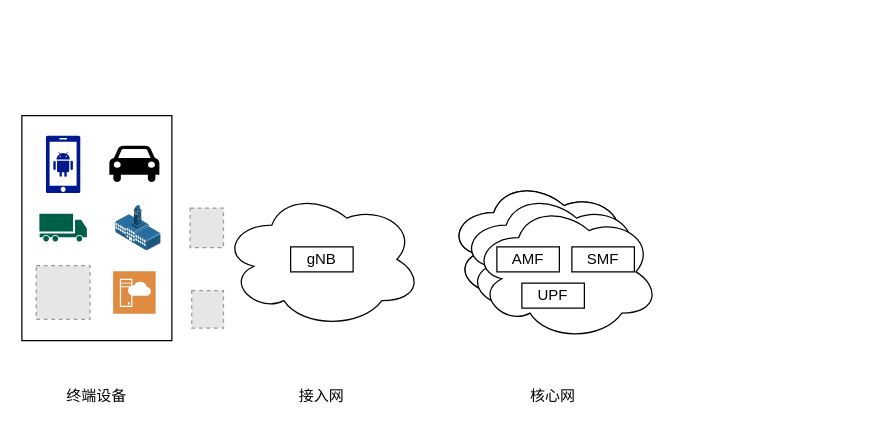
This is doc/研究思路.drawio from zjr162/drawio-desktop, a draw.io file, before an edit. Source tidied: cells renumbered, new cells numbered last; positions are measured from the earlier drawing's top-left corner, leaving out a move shared by most shapes. Both pictures are drawn from the tidied source at 125%, with x=0, y=0 at pixel (21, 115). Pictures stored in the file or linked from it are replaced by grey dashed boxes.
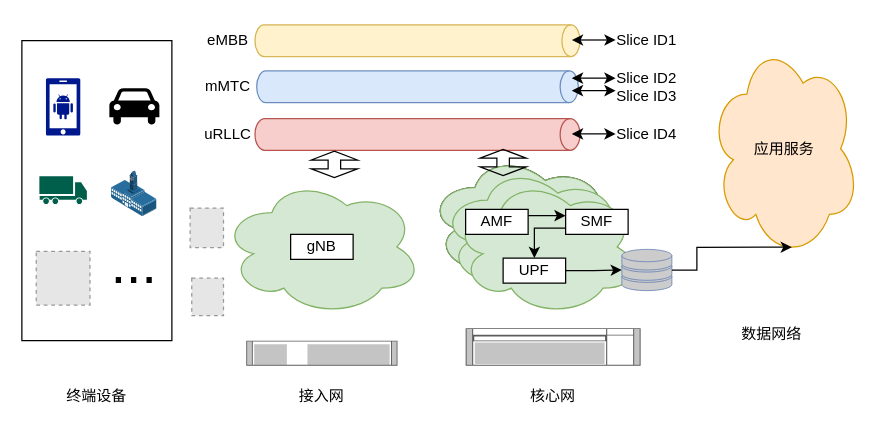
After the change.

Diff of the diagram source:
```diff
@@
     <mxCell id="4" style="fillColor=#E6E6E6;strokeColor=#999999;dashed=1;verticalLabelPosition=bottom;verticalAlign=top;" parent="1" vertex="1">
-      <mxGeometry x="135.9" y="140" width="25.4" height="30" as="geometry" />
+      <mxGeometry x="135.9" y="130" width="25.4" height="30" as="geometry" />
     </mxCell>
@@
-    <mxCell id="7" style="group;" parent="1" vertex="1">
-      <mxGeometry x="160" y="60" width="160" height="110" as="geometry" />
+    <mxCell id="7" style="group;fillColor=none;" parent="1" vertex="1">
+      <mxGeometry x="160" y="50" width="160" height="110" as="geometry" />
     </mxCell>
-    <mxCell id="8" style="ellipse;shape=cloud;whiteSpace=wrap;html=1;" parent="7" vertex="1">
+    <mxCell id="8" style="ellipse;shape=cloud;whiteSpace=wrap;html=1;fillColor=#d5e8d4;strokeColor=#82b366;" parent="7" vertex="1">
       <mxGeometry width="160" height="110" as="geometry" />
     </mxCell>
@@
-    <mxCell id="10" style="group;" parent="1" vertex="1">
-      <mxGeometry x="340" y="50" width="170" height="130" as="geometry" />
-    </mxCell>
+    <mxCell id="27" style="shape=mxgraph.rack.ibm.ibm_1500-2200va_ups;html=1;labelPosition=right;align=left;spacingLeft=15;dashed=0;shadow=0;fillColor=#ffffff;" parent="1" vertex="1">
+      <mxGeometry x="179.5" y="180" width="121" height="20" as="geometry" />
+    </mxCell>
+    <mxCell id="28" style="shape=mxgraph.rack.ibm.ibm_ups5000_hv;html=1;labelPosition=right;align=left;spacingLeft=15;dashed=0;shadow=0;fillColor=#ffffff;" parent="1" vertex="1">
+      <mxGeometry x="355" y="170" width="140" height="30" as="geometry" />
+    </mxCell>
-    <mxCell id="11" style="group;" parent="10" vertex="1">
-      <mxGeometry width="170" height="130" as="geometry" />
+    <mxCell id="11" style="group;" parent="1" vertex="1">
+      <mxGeometry x="325" y="30" width="170" height="130" as="geometry" />
     </mxCell>
-    <mxCell id="12" style="ellipse;shape=cloud;whiteSpace=wrap;html=1;" parent="10" vertex="1">
-      <mxGeometry width="150" height="110" as="geometry" />
+    <mxCell id="12" style="ellipse;shape=cloud;whiteSpace=wrap;html=1;" parent="1" vertex="1">
+      <mxGeometry x="325" y="30" width="150" height="110" as="geometry" />
     </mxCell>
-    <mxCell id="13" style="ellipse;shape=cloud;whiteSpace=wrap;html=1;" parent="10" vertex="1">
-      <mxGeometry width="150" height="110" as="geometry" />
+    <mxCell id="13" style="ellipse;shape=cloud;whiteSpace=wrap;html=1;fillColor=#d5e8d4;strokeColor=#82b366;" parent="1" vertex="1">
+      <mxGeometry x="325" y="30" width="150" height="110" as="geometry" />
     </mxCell>
-    <mxCell id="14" style="ellipse;shape=cloud;whiteSpace=wrap;html=1;" parent="10" vertex="1">
-      <mxGeometry x="10" y="10" width="150" height="110" as="geometry" />
+    <mxCell id="14" style="ellipse;shape=cloud;whiteSpace=wrap;html=1;fillColor=#d5e8d4;strokeColor=#82b366;" parent="1" vertex="1">
+      <mxGeometry x="335" y="40" width="150" height="110" as="geometry" />
     </mxCell>
-    <mxCell id="15" style="ellipse;shape=cloud;whiteSpace=wrap;html=1;" parent="10" vertex="1">
-      <mxGeometry x="20" y="20" width="150" height="110" as="geometry" />
+    <mxCell id="15" style="ellipse;shape=cloud;whiteSpace=wrap;html=1;fillColor=#d5e8d4;strokeColor=#82b366;" parent="1" vertex="1">
+      <mxGeometry x="345" y="50" width="150" height="110" as="geometry" />
     </mxCell>
+    <mxCell id="29" style="edgeStyle=orthogonalEdgeStyle;rounded=0;jettySize=auto;html=1;exitX=1;exitY=0.25;exitDx=0;exitDy=0;entryX=0;entryY=0.25;entryDx=0;entryDy=0;" parent="1" edge="1" source="16" target="17">
+      <mxGeometry relative="1" as="geometry" />
+    </mxCell>
-    <mxCell id="16" value="AMF" style="rounded=0;whiteSpace=wrap;html=1;" parent="10" vertex="1">
-      <mxGeometry x="40" y="55" width="50" height="20" as="geometry" />
+    <mxCell id="16" value="AMF" style="rounded=0;whiteSpace=wrap;html=1;" parent="1" vertex="1">
+      <mxGeometry x="355" y="75" width="50" height="20" as="geometry" />
     </mxCell>
+    <mxCell id="30" style="edgeStyle=orthogonalEdgeStyle;rounded=0;jettySize=auto;html=1;exitX=0;exitY=0.75;exitDx=0;exitDy=0;entryX=0.5;entryY=0;entryDx=0;entryDy=0;" parent="1" edge="1" source="17" target="18">
+      <mxGeometry relative="1" as="geometry" />
+    </mxCell>
-    <mxCell id="17" value="SMF" style="rounded=0;whiteSpace=wrap;html=1;" parent="10" vertex="1">
-      <mxGeometry x="100" y="55" width="50" height="20" as="geometry" />
+    <mxCell id="17" value="SMF" style="rounded=0;whiteSpace=wrap;html=1;" parent="1" vertex="1">
+      <mxGeometry x="435" y="75" width="50" height="20" as="geometry" />
     </mxCell>
+    <mxCell id="31" style="edgeStyle=orthogonalEdgeStyle;rounded=0;jettySize=auto;html=1;exitX=1;exitY=0.5;exitDx=0;exitDy=0;" parent="1" edge="1" source="18" target="32">
+      <mxGeometry relative="1" as="geometry" />
+    </mxCell>
-    <mxCell id="18" value="UPF" style="rounded=0;whiteSpace=wrap;html=1;" parent="10" vertex="1">
-      <mxGeometry x="60" y="84" width="50" height="20" as="geometry" />
+    <mxCell id="18" value="UPF" style="rounded=0;whiteSpace=wrap;html=1;" parent="1" vertex="1">
+      <mxGeometry x="385" y="114" width="50" height="20" as="geometry" />
     </mxCell>
-    <mxCell id="19" style="group;" parent="1" vertex="1">
-      <mxGeometry width="120" height="180" as="geometry" />
-    </mxCell>
+    <mxCell id="32" style="fontColor=#0066CC;verticalAlign=top;verticalLabelPosition=bottom;labelPosition=center;align=center;html=1;outlineConnect=0;fillColor=#CCCCCC;strokeColor=#6881B3;gradientColor=none;gradientDirection=north;strokeWidth=2;shape=mxgraph.networks.storage;" parent="1" vertex="1">
+      <mxGeometry x="480" y="107" width="40" height="33" as="geometry" />
+    </mxCell>
+    <mxCell id="33" value="应用服务" style="ellipse;shape=cloud;whiteSpace=wrap;html=1;fillColor=#ffe6cc;strokeColor=#d79b00;" parent="1" vertex="1">
+      <mxGeometry x="550" y="-61" width="120" height="175" as="geometry" />
+    </mxCell>
+    <mxCell id="34" value="数据网络" style="text;html=1;strokeColor=none;fillColor=none;align=center;verticalAlign=middle;whiteSpace=wrap;rounded=0;" parent="1" vertex="1">
+      <mxGeometry x="570" y="160" width="60" height="30" as="geometry" />
+    </mxCell>
-    <mxCell id="20" style="rounded=0;whiteSpace=wrap;html=1;" parent="19" vertex="1">
-      <mxGeometry width="120" height="180" as="geometry" />
+    <mxCell id="20" style="rounded=0;whiteSpace=wrap;html=1;" parent="1" vertex="1">
+      <mxGeometry y="-60" width="120" height="240" as="geometry" />
     </mxCell>
-    <mxCell id="21" style="image;html=1;align=center;shadow=0;dashed=0;image=img/lib/allied_telesis/buildings/School_Building.svg;" parent="19" vertex="1">
-      <mxGeometry x="75.1" y="71.6" width="36.4" height="36.8" as="geometry" />
+    <mxCell id="21" style="image;html=1;align=center;shadow=0;dashed=0;image=img/lib/allied_telesis/buildings/School_Building.svg;" parent="1" vertex="1">
+      <mxGeometry x="71.8" y="44.1" width="36.4" height="36.8" as="geometry" />
     </mxCell>
-    <mxCell id="22" style="sketch=0;shadow=0;dashed=0;html=1;strokeColor=none;fillColor=#005F4B;labelPosition=center;verticalLabelPosition=bottom;verticalAlign=top;align=center;shape=mxgraph.veeam2.transport;" parent="19" vertex="1">
-      <mxGeometry x="14" y="78.5" width="38" height="23" as="geometry" />
+    <mxCell id="22" style="sketch=0;shadow=0;dashed=0;html=1;strokeColor=none;fillColor=#005F4B;labelPosition=center;verticalLabelPosition=bottom;verticalAlign=top;align=center;shape=mxgraph.veeam2.transport;" parent="1" vertex="1">
+      <mxGeometry x="14" y="48.5" width="38" height="23" as="geometry" />
     </mxCell>
-    <mxCell id="23" style="sketch=0;shadow=0;dashed=0;html=1;strokeColor=none;labelPosition=center;verticalLabelPosition=bottom;verticalAlign=top;align=center;fillColor=#00188D;shape=mxgraph.mscae.enterprise.android_phone;" parent="19" vertex="1">
-      <mxGeometry x="19.2" y="16" width="27.6" height="46" as="geometry" />
+    <mxCell id="23" style="sketch=0;shadow=0;dashed=0;html=1;strokeColor=none;labelPosition=center;verticalLabelPosition=bottom;verticalAlign=top;align=center;fillColor=#00188D;shape=mxgraph.mscae.enterprise.android_phone;" parent="1" vertex="1">
+      <mxGeometry x="19.2" y="-30" width="27.6" height="46" as="geometry" />
     </mxCell>
-    <mxCell id="24" style="shape=mxgraph.signs.transportation.car_4;html=1;fillColor=#000000;strokeColor=none;verticalLabelPosition=bottom;verticalAlign=top;align=center;sketch=0;" parent="19" vertex="1">
-      <mxGeometry x="70" y="24" width="40" height="30" as="geometry" />
+    <mxCell id="24" style="shape=mxgraph.signs.transportation.car_4;html=1;fillColor=#000000;strokeColor=none;verticalLabelPosition=bottom;verticalAlign=top;align=center;sketch=0;" parent="1" vertex="1">
+      <mxGeometry x="70" y="-22" width="40" height="30" as="geometry" />
     </mxCell>
-    <mxCell id="25" style="sketch=0;shadow=0;dashed=0;html=1;strokeColor=none;fillColor=#DF8C42;labelPosition=center;verticalLabelPosition=bottom;verticalAlign=top;align=center;shape=mxgraph.veeam2.microsoft_scvmm;" parent="19" vertex="1">
-      <mxGeometry x="73" y="124.5" width="34" height="34" as="geometry" />
-    </mxCell>
-    <mxCell id="26" style="fillColor=#E6E6E6;strokeColor=#999999;dashed=1;verticalLabelPosition=bottom;verticalAlign=top;" parent="19" vertex="1">
-      <mxGeometry x="11.5" y="120" width="43" height="43" as="geometry" />
+    <mxCell id="26" style="fillColor=#E6E6E6;strokeColor=#999999;dashed=1;verticalLabelPosition=bottom;verticalAlign=top;" parent="1" vertex="1">
+      <mxGeometry x="11.5" y="108.5" width="43" height="43" as="geometry" />
     </mxCell>
+    <mxCell id="35" value="..." style="text;html=1;strokeColor=none;fillColor=none;align=center;verticalAlign=middle;whiteSpace=wrap;rounded=0;fontSize=44;" parent="1" vertex="1">
+      <mxGeometry x="60" y="104" width="60" height="30" as="geometry" />
+    </mxCell>
+    <mxCell id="36" style="shape=cylinder3;whiteSpace=wrap;html=1;boundedLbl=1;backgroundOutline=1;size=7.2879310344825114;rotation=90;fillColor=#dae8fc;strokeColor=#6c8ebf;" parent="1" vertex="1">
+      <mxGeometry x="303.8" y="-151.7" width="25.4" height="257.3" as="geometry" />
+    </mxCell>
+    <mxCell id="37" style="shape=cylinder3;whiteSpace=wrap;html=1;boundedLbl=1;backgroundOutline=1;size=7.938275862068792;rotation=90;fillColor=#f8cecc;strokeColor=#b85450;" parent="1" vertex="1">
+      <mxGeometry x="303.8" y="-115" width="25.4" height="260" as="geometry" />
+    </mxCell>
+    <mxCell id="38" style="shape=cylinder3;whiteSpace=wrap;html=1;boundedLbl=1;backgroundOutline=1;size=7.24862068965507;rotation=90;fillColor=#fff2cc;strokeColor=#d6b656;" parent="1" vertex="1">
+      <mxGeometry x="303.8" y="-190" width="25.4" height="260" as="geometry" />
+    </mxCell>
+    <mxCell id="39" value="eMBB" style="text;html=1;strokeColor=none;fillColor=none;align=center;verticalAlign=middle;whiteSpace=wrap;rounded=0;" parent="1" vertex="1">
+      <mxGeometry x="134.6" y="-75" width="60" height="30" as="geometry" />
+    </mxCell>
+    <mxCell id="40" value="mMTC" style="text;html=1;strokeColor=none;fillColor=none;align=center;verticalAlign=middle;whiteSpace=wrap;rounded=0;" parent="1" vertex="1">
+      <mxGeometry x="134.6" y="-38.1" width="60" height="30" as="geometry" />
+    </mxCell>
+    <mxCell id="41" value="uRLLC" style="text;html=1;strokeColor=none;fillColor=none;align=center;verticalAlign=middle;whiteSpace=wrap;rounded=0;" parent="1" vertex="1">
+      <mxGeometry x="134.6" width="60" height="30" as="geometry" />
+    </mxCell>
+    <mxCell id="42" style="endArrow=classic;startArrow=classic;html=1;rounded=0;" parent="1" edge="1">
+      <mxGeometry relative="1" as="geometry">
+        <mxPoint x="440" y="-60.5" as="sourcePoint" />
+        <mxPoint x="475" y="-60.5" as="targetPoint" />
+      </mxGeometry>
+    </mxCell>
+    <mxCell id="43" style="endArrow=classic;startArrow=classic;html=1;rounded=0;" parent="1" edge="1">
+      <mxGeometry relative="1" as="geometry">
+        <mxPoint x="440" y="-30" as="sourcePoint" />
+        <mxPoint x="475" y="-30" as="targetPoint" />
+      </mxGeometry>
+    </mxCell>
+    <mxCell id="44" style="endArrow=classic;startArrow=classic;html=1;rounded=0;" parent="1" edge="1">
+      <mxGeometry relative="1" as="geometry">
+        <mxPoint x="440" y="-20" as="sourcePoint" />
+        <mxPoint x="475" y="-20" as="targetPoint" />
+      </mxGeometry>
+    </mxCell>
+    <mxCell id="45" style="endArrow=classic;startArrow=classic;html=1;rounded=0;" parent="1" edge="1">
+      <mxGeometry relative="1" as="geometry">
+        <mxPoint x="440" y="14.6" as="sourcePoint" />
+        <mxPoint x="475" y="14.6" as="targetPoint" />
+      </mxGeometry>
+    </mxCell>
+    <mxCell id="46" value="Slice ID1" style="text;html=1;strokeColor=none;fillColor=none;align=center;verticalAlign=middle;whiteSpace=wrap;rounded=0;" parent="1" vertex="1">
+      <mxGeometry x="470" y="-75" width="60" height="30" as="geometry" />
+    </mxCell>
+    <mxCell id="47" value="Slice ID2&lt;br&gt;Slice ID3" style="text;html=1;strokeColor=none;fillColor=none;align=center;verticalAlign=middle;whiteSpace=wrap;rounded=0;" parent="1" vertex="1">
+      <mxGeometry x="470" y="-38.1" width="60" height="30" as="geometry" />
+    </mxCell>
+    <mxCell id="48" value="Slice ID4" style="text;html=1;strokeColor=none;fillColor=none;align=center;verticalAlign=middle;whiteSpace=wrap;rounded=0;" parent="1" vertex="1">
+      <mxGeometry x="470" width="60" height="30" as="geometry" />
+    </mxCell>
+    <mxCell id="49" style="edgeStyle=orthogonalEdgeStyle;rounded=0;jettySize=auto;html=1;exitX=1;exitY=0.5;exitDx=0;exitDy=0;exitPerimeter=0;entryX=0.55;entryY=0.95;entryDx=0;entryDy=0;entryPerimeter=0;" parent="1" edge="1" source="32" target="33">
+      <mxGeometry relative="1" as="geometry" />
+    </mxCell>
+    <mxCell id="50" style="shape=flexArrow;endArrow=classic;startArrow=classic;html=1;rounded=0;endWidth=26;endSize=2;startWidth=26;startSize=2;" parent="1" edge="1">
+      <mxGeometry relative="1" as="geometry">
+        <mxPoint x="250" y="50" as="sourcePoint" />
+        <mxPoint x="250" y="28" as="targetPoint" />
+      </mxGeometry>
+    </mxCell>
+    <mxCell id="51" style="shape=flexArrow;endArrow=classic;startArrow=classic;html=1;rounded=0;endWidth=26;endSize=2;startWidth=26;startSize=2;" parent="1" edge="1">
+      <mxGeometry relative="1" as="geometry">
+        <mxPoint x="385" y="48.5" as="sourcePoint" />
+        <mxPoint x="385" y="26.5" as="targetPoint" />
+      </mxGeometry>
+    </mxCell>
```
